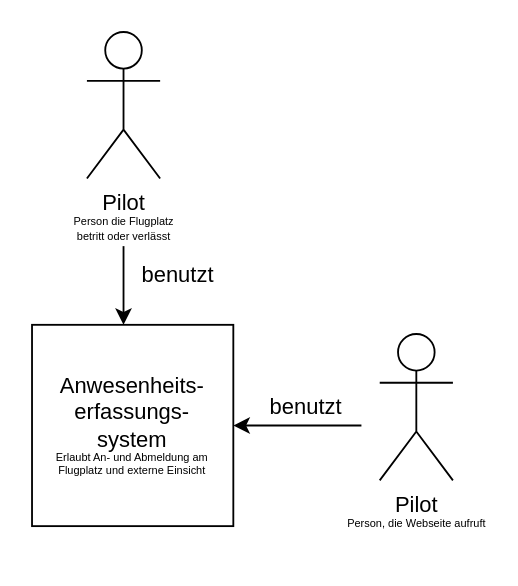
Lernni/E2-Anwesenheitserfassung-fuer-Modellflugplatz keeps this draw.io diagram as docs/architecture/images/C4_Model/C4_Level1.drawio. Above is the earlier version. Source tidied: cells renumbered, new cells numbered last; positions are measured from the earlier drawing's top-left corner, leaving out a move shared by most shapes. Both pictures are drawn from the tidied source at 183%, with x=0, y=0 at pixel (31, 31).
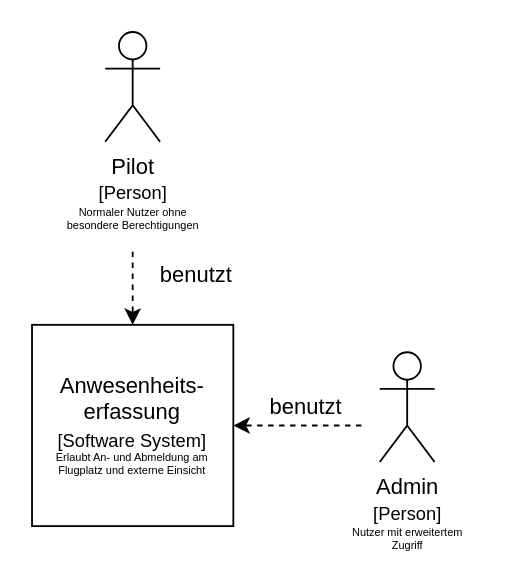
After the change.

Diff of the diagram source:
```diff
@@
 <mxGraphModel>
   <root>
     <mxCell id="0" />
     <mxCell id="1" parent="0" />
-    <mxCell id="2" value="&lt;div&gt;Anwesenheits-&lt;/div&gt;&lt;div&gt;erfassungs-&lt;/div&gt;&lt;div&gt;system&lt;/div&gt;&lt;div style=&quot;font-size: 6px&quot;&gt;&lt;font style=&quot;font-size: 6px&quot;&gt;Erlaubt An- und Abmeldung am Flugplatz und externe Einsicht&lt;/font&gt;&lt;br&gt;&lt;/div&gt;" style="whiteSpace=wrap;html=1;" parent="1" vertex="1">
+    <mxCell id="2" value="&lt;div&gt;Anwesenheits-&lt;/div&gt;&lt;div&gt;erfassung&lt;/div&gt;&lt;div&gt;&lt;font style=&quot;font-size: 10px&quot;&gt;[Software System]&lt;/font&gt;&lt;/div&gt;&lt;div style=&quot;font-size: 6px&quot;&gt;&lt;font style=&quot;font-size: 6px&quot;&gt;Erlaubt An- und Abmeldung am Flugplatz und externe Einsicht&lt;/font&gt;&lt;br&gt;&lt;/div&gt;" style="whiteSpace=wrap;html=1;" parent="1" vertex="1">
       <mxGeometry y="160" width="110" height="110" as="geometry" />
     </mxCell>
-    <mxCell id="3" value="&lt;div&gt;&lt;font style=&quot;font-size: 12px&quot;&gt;Pilot&lt;/font&gt;&lt;font style=&quot;font-size: 6px&quot;&gt;&lt;br&gt;&lt;/font&gt;&lt;/div&gt;&lt;div style=&quot;font-size: 6px&quot;&gt;&lt;font style=&quot;font-size: 6px&quot;&gt;Person, die Webseite aufruft&lt;/font&gt;&lt;/div&gt;" style="shape=umlActor;verticalLabelPosition=bottom;verticalAlign=top;html=1;" parent="1" vertex="1">
-      <mxGeometry x="190" y="165" width="40" height="80" as="geometry" />
-    </mxCell>
-    <mxCell id="4" value="&lt;div style=&quot;font-size: 6px&quot;&gt;&lt;font style=&quot;font-size: 12px&quot;&gt;Pilot&lt;/font&gt;&lt;/div&gt;&lt;div style=&quot;font-size: 6px&quot;&gt;&lt;font style=&quot;font-size: 6px&quot;&gt;Person die Flugplatz&lt;/font&gt;&lt;/div&gt;&lt;div style=&quot;font-size: 6px&quot;&gt;&lt;font style=&quot;font-size: 6px&quot;&gt;betritt oder verlässt&lt;/font&gt;&lt;br&gt;&lt;/div&gt;" style="shape=umlActor;verticalLabelPosition=bottom;verticalAlign=top;html=1;" parent="1" vertex="1">
-      <mxGeometry x="30" width="40" height="80" as="geometry" />
-    </mxCell>
-    <mxCell id="5" style="endArrow=classic;html=1;entryX=1;entryY=0;entryDx=0;entryDy=0;" parent="1" edge="1">
+    <mxCell id="5" style="endArrow=classic;html=1;dashed=1;" parent="1" edge="1" target="2">
       <mxGeometry relative="1" as="geometry">
-        <mxPoint x="50" y="117" as="sourcePoint" />
-        <mxPoint x="50" y="160" as="targetPoint" />
+        <mxPoint x="55" y="120" as="sourcePoint" />
       </mxGeometry>
     </mxCell>
-    <mxCell id="6" style="endArrow=classic;html=1;entryX=1;entryY=0.5;entryDx=0;entryDy=0;" parent="1" edge="1" target="2">
+    <mxCell id="6" style="endArrow=classic;html=1;entryX=1;entryY=0.5;entryDx=0;entryDy=0;dashed=1;" parent="1" edge="1" target="2">
       <mxGeometry relative="1" as="geometry">
         <mxPoint x="180" y="215" as="sourcePoint" />
       </mxGeometry>
     </mxCell>
     <mxCell id="7" value="&lt;div&gt;benutzt&lt;/div&gt;&lt;div&gt;&lt;br&gt;&lt;/div&gt;" style="text;html=1;strokeColor=none;fillColor=none;align=center;verticalAlign=middle;whiteSpace=wrap;rounded=0;" parent="1" vertex="1">
-      <mxGeometry x="60" y="130" width="40" height="20" as="geometry" />
+      <mxGeometry x="70" y="130" width="40" height="20" as="geometry" />
     </mxCell>
     <mxCell id="8" value="&lt;div&gt;benutzt&lt;/div&gt;" style="text;html=1;strokeColor=none;fillColor=none;align=center;verticalAlign=middle;whiteSpace=wrap;rounded=0;" parent="1" vertex="1">
       <mxGeometry x="130" y="195" width="40" height="20" as="geometry" />
     </mxCell>
+    <mxCell id="9" value="&lt;div&gt;Pilot&lt;/div&gt;&lt;div&gt;&lt;font style=&quot;font-size: 10px&quot;&gt;[Person]&lt;/font&gt;&lt;/div&gt;&lt;div style=&quot;font-size: 6px&quot;&gt;&lt;font style=&quot;font-size: 6px&quot;&gt;Normaler Nutzer ohne&lt;/font&gt;&lt;/div&gt;&lt;div style=&quot;font-size: 6px&quot;&gt;&lt;font style=&quot;font-size: 6px&quot;&gt;besondere Berechtigungen&lt;/font&gt;&lt;/div&gt;" style="shape=umlActor;verticalLabelPosition=bottom;verticalAlign=top;html=1;" parent="1" vertex="1">
+      <mxGeometry x="40" width="30" height="60" as="geometry" />
+    </mxCell>
+    <mxCell id="10" value="&lt;div style=&quot;font-size: 6px&quot;&gt;&lt;font style=&quot;font-size: 12px&quot;&gt;Admin&lt;/font&gt;&lt;/div&gt;&lt;div&gt;&lt;font style=&quot;font-size: 10px&quot;&gt;[Person]&lt;/font&gt;&lt;/div&gt;&lt;div style=&quot;font-size: 6px&quot;&gt;&lt;font style=&quot;font-size: 6px&quot;&gt;Nutzer mit erweitertem&lt;/font&gt;&lt;/div&gt;&lt;div style=&quot;font-size: 6px&quot;&gt;&lt;font style=&quot;font-size: 6px&quot;&gt;Zugriff&lt;/font&gt;&lt;font style=&quot;font-size: 6px&quot;&gt;&lt;br&gt;&lt;/font&gt;&lt;/div&gt;" style="shape=umlActor;verticalLabelPosition=bottom;verticalAlign=top;html=1;" parent="1" vertex="1">
+      <mxGeometry x="190" y="175" width="30" height="60" as="geometry" />
+    </mxCell>
   </root>
 </mxGraphModel>
```
